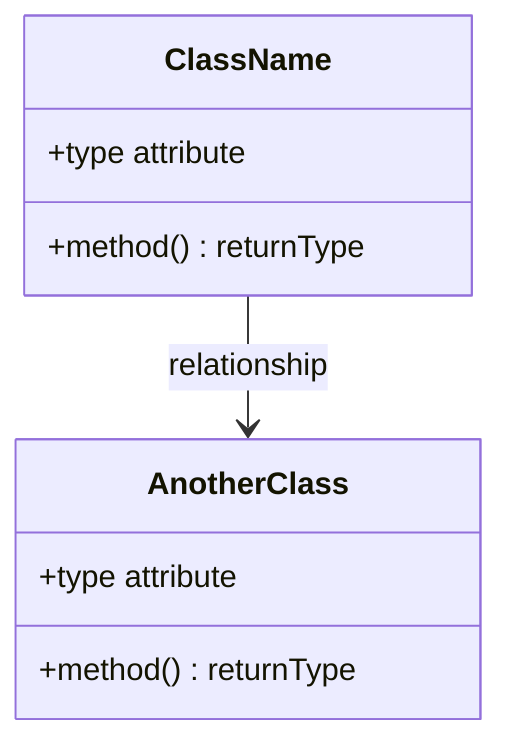
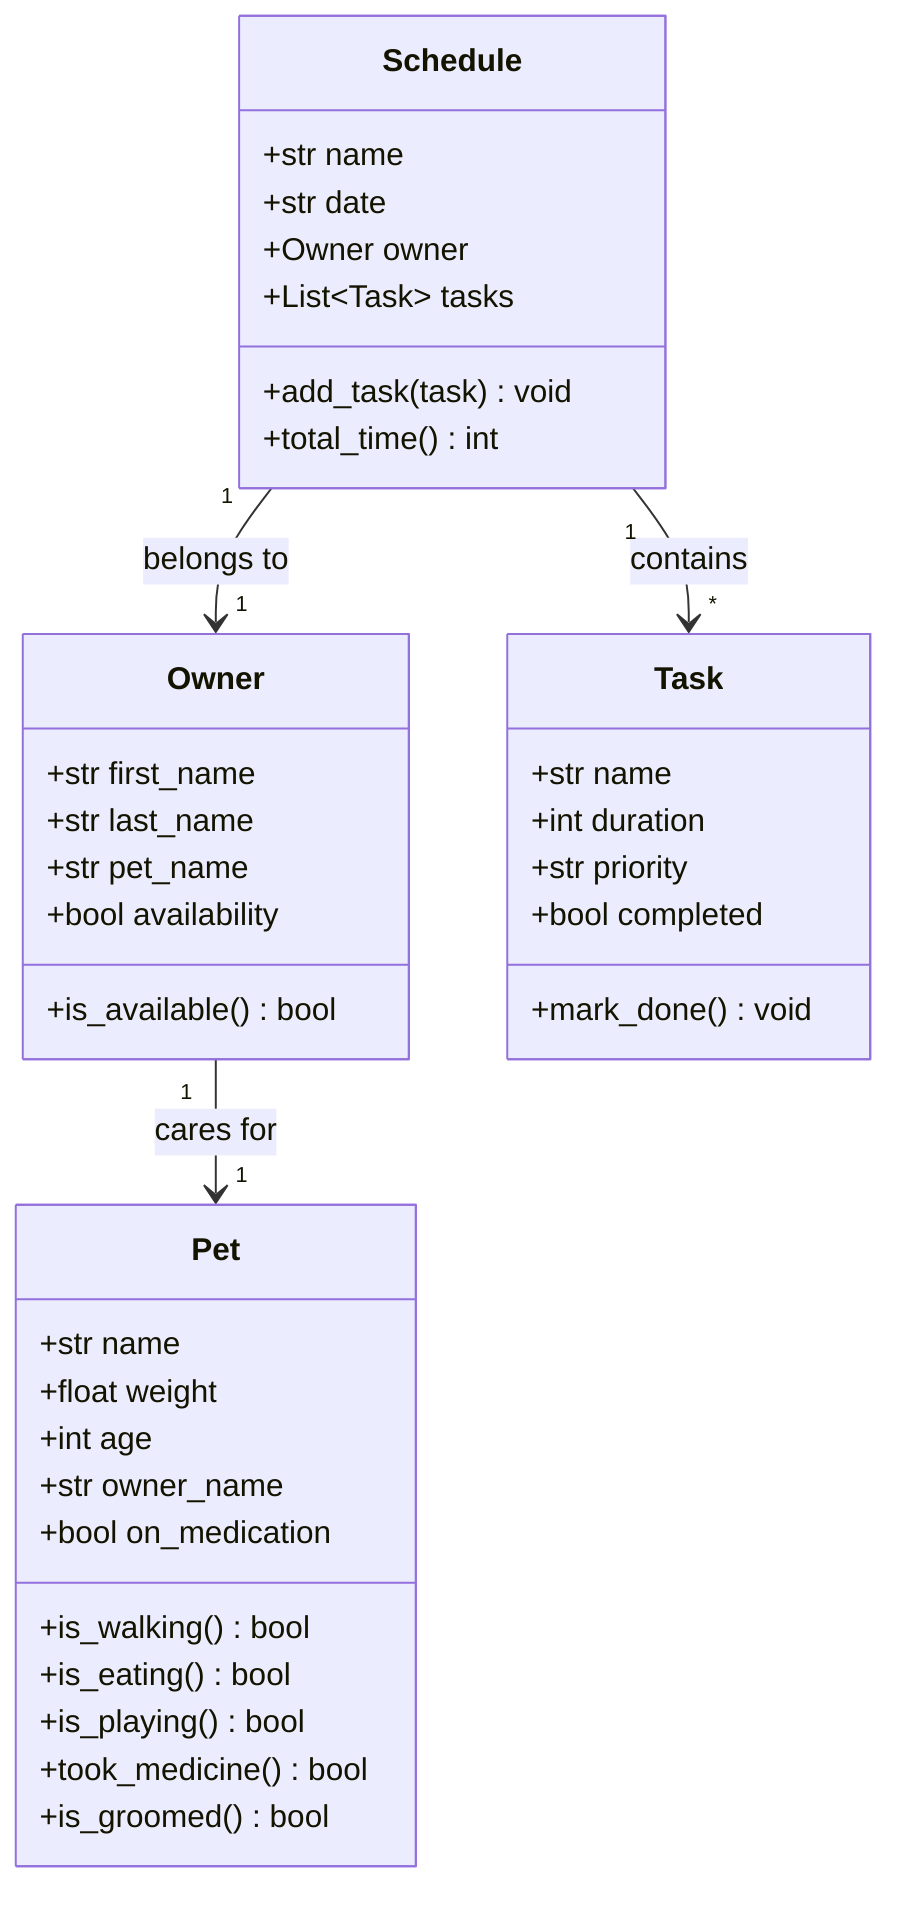
classDiagram
-     %% Replace the placeholders below with your actual classes, attributes, methods, and relationships.
-     %% Keep this file updated so it matches your final implementation.
+     %% PawPal — pet care planning app
+     %% Classes based on the brainstorm in reflection.md

-     class ClassName {
-         +type attribute
-         +method() returnType
+     class Pet {
+         +str name
+         +float weight
+         +int age
+         +str owner_name
+         +bool on_medication
+         +is_walking() bool
+         +is_eating() bool
+         +is_playing() bool
+         +took_medicine() bool
+         +is_groomed() bool
    }

-     class AnotherClass {
-         +type attribute
-         +method() returnType
+     class Owner {
+         +str first_name
+         +str last_name
+         +str pet_name
+         +bool availability
+         +is_available() bool
    }

-     ClassName --> AnotherClass : relationship
+     class Task {
+         +str name
+         +int duration
+         +str priority
+         +bool completed
+         +mark_done() void
+     }
+ 
+     class Schedule {
+         +str name
+         +str date
+         +Owner owner
+         +List~Task~ tasks
+         +add_task(task) void
+         +total_time() int
+     }
+ 
+     Owner "1" --> "1" Pet : cares for
+     Schedule "1" --> "*" Task : contains
+     Schedule "1" --> "1" Owner : belongs to
